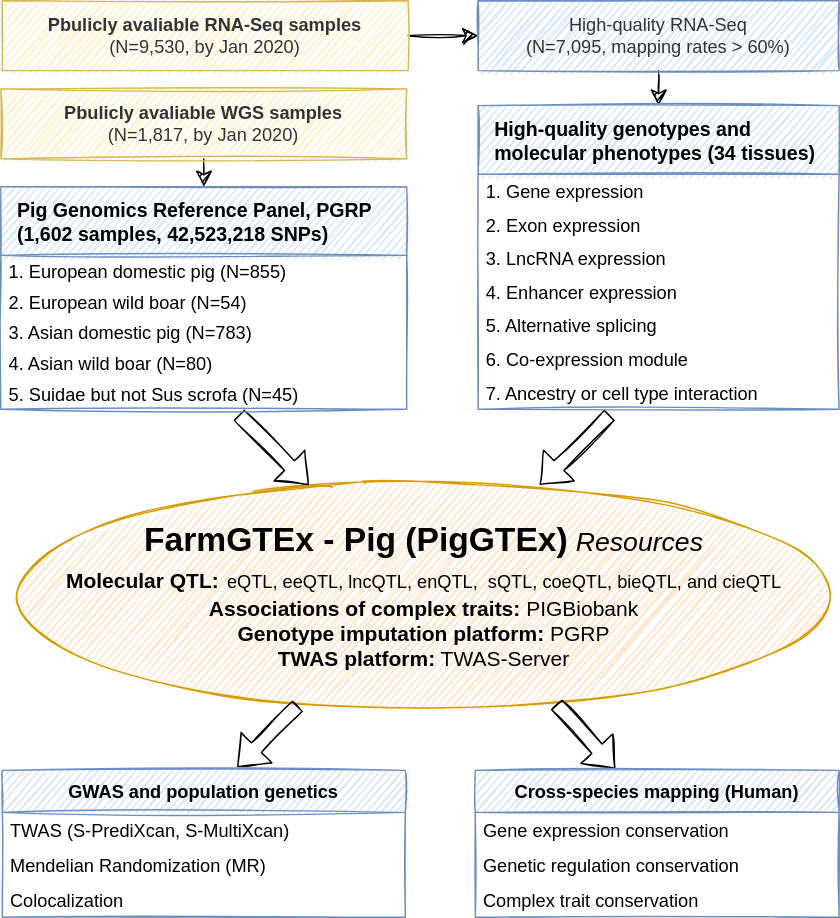
Before: PigGTEx-pipeline-V1.1.svg, a diagram exported from draw.io (FarmGTEx/PigGTEx-Pipeline-v0). Source tidied: cells renumbered, new cells last; positions are measured from the earlier drawing's top-left corner, leaving out a move shared by most shapes.
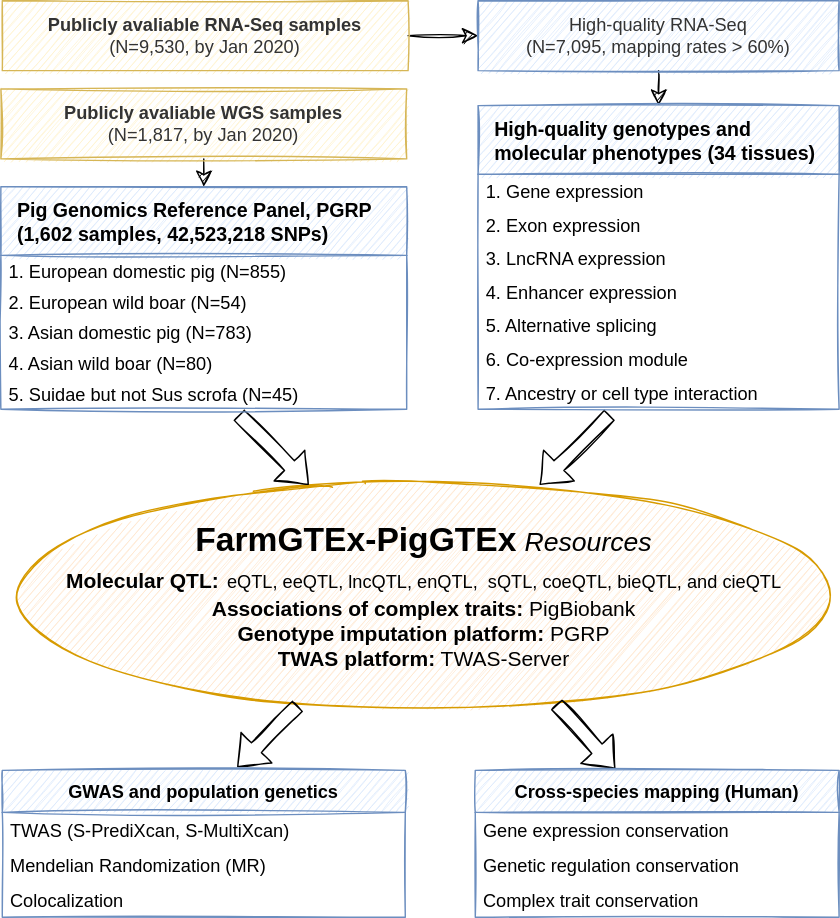
After the change.

Diff of the diagram source:
```diff
@@ -5,13 +5,13 @@
     <mxCell id="2" style="edgeStyle=none;rounded=0;jumpSize=6;jettySize=auto;html=1;exitX=0.5;exitY=1;exitDx=0;exitDy=0;entryX=0.5;entryY=0;entryDx=0;entryDy=0;fontSize=13;startArrow=none;startFill=0;endArrow=classic;endFill=1;endSize=9;sketch=1;" parent="1" edge="1" source="3" target="19">
       <mxGeometry relative="1" as="geometry" />
     </mxCell>
-    <mxCell id="3" value="&lt;span style=&quot;color: rgb(51, 51, 51); font-family: sans-serif; font-size: 13px;&quot;&gt;&lt;b&gt;Pbulicly avaliable WGS samples&lt;/b&gt;&lt;/span&gt;&lt;br style=&quot;box-sizing: border-box; color: rgb(51, 51, 51); font-family: sans-serif; font-size: 13px;&quot;&gt;&lt;span style=&quot;color: rgb(51, 51, 51); font-family: sans-serif; font-size: 13px;&quot;&gt;(N=1,817, by Jan 2020)&lt;/span&gt;" style="rounded=0;whiteSpace=wrap;html=1;fontSize=13;fillColor=#fff2cc;strokeColor=#d6b656;fillStyle=auto;sketch=1;" parent="1" vertex="1">
+    <mxCell id="3" value="&lt;span style=&quot;color: rgb(51, 51, 51); font-family: sans-serif; font-size: 13px;&quot;&gt;&lt;b&gt;Publicly avaliable WGS samples&lt;/b&gt;&lt;/span&gt;&lt;br style=&quot;box-sizing: border-box; color: rgb(51, 51, 51); font-family: sans-serif; font-size: 13px;&quot;&gt;&lt;span style=&quot;color: rgb(51, 51, 51); font-family: sans-serif; font-size: 13px;&quot;&gt;(N=1,817, by Jan 2020)&lt;/span&gt;" style="rounded=0;whiteSpace=wrap;html=1;fontSize=13;fillColor=#fff2cc;strokeColor=#d6b656;fillStyle=auto;sketch=1;" parent="1" vertex="1">
       <mxGeometry y="63" width="290" height="50" as="geometry" />
     </mxCell>
     <mxCell id="4" style="edgeStyle=none;rounded=0;jumpSize=6;jettySize=auto;html=1;exitX=1;exitY=0.5;exitDx=0;exitDy=0;entryX=0;entryY=0.5;entryDx=0;entryDy=0;fontSize=13;startArrow=none;startFill=0;endArrow=classic;endFill=1;endSize=9;sketch=1;" parent="1" edge="1" source="5" target="7">
       <mxGeometry relative="1" as="geometry" />
     </mxCell>
-    <mxCell id="5" value="&lt;span style=&quot;color: rgb(51, 51, 51); font-family: sans-serif; font-size: 13px;&quot;&gt;&lt;b&gt;Pbulicly avaliable RNA-Seq samples&lt;/b&gt;&lt;/span&gt;&lt;br style=&quot;box-sizing: border-box; color: rgb(51, 51, 51); font-family: sans-serif; font-size: 13px;&quot;&gt;&lt;span style=&quot;color: rgb(51, 51, 51); font-family: sans-serif; font-size: 13px;&quot;&gt;(N=9,530, by Jan 2020)&lt;/span&gt;" style="rounded=0;whiteSpace=wrap;html=1;fontSize=13;fillColor=#fff2cc;strokeColor=#d6b656;sketch=1;" parent="1" vertex="1">
+    <mxCell id="5" value="&lt;span style=&quot;color: rgb(51, 51, 51); font-family: sans-serif; font-size: 13px;&quot;&gt;&lt;b&gt;Publicly avaliable RNA-Seq samples&lt;/b&gt;&lt;/span&gt;&lt;br style=&quot;box-sizing: border-box; color: rgb(51, 51, 51); font-family: sans-serif; font-size: 13px;&quot;&gt;&lt;span style=&quot;color: rgb(51, 51, 51); font-family: sans-serif; font-size: 13px;&quot;&gt;(N=9,530, by Jan 2020)&lt;/span&gt;" style="rounded=0;whiteSpace=wrap;html=1;fontSize=13;fillColor=#fff2cc;strokeColor=#d6b656;sketch=1;" parent="1" vertex="1">
       <mxGeometry x="1" width="290" height="50" as="geometry" />
     </mxCell>
     <mxCell id="6" style="edgeStyle=none;rounded=0;jumpSize=6;jettySize=auto;html=1;exitX=0.5;exitY=1;exitDx=0;exitDy=0;entryX=0.5;entryY=0;entryDx=0;entryDy=0;fontSize=13;startArrow=none;startFill=0;endArrow=classic;endFill=1;endSize=9;sketch=1;" parent="1" edge="1" source="7" target="11">
@@ -20,7 +20,7 @@
     <mxCell id="7" value="&lt;font style=&quot;font-size: 13px;&quot;&gt;&lt;span style=&quot;color: rgb(51, 51, 51); font-family: sans-serif; font-size: 13px;&quot;&gt;High-quality RNA-Seq&lt;/span&gt;&lt;br style=&quot;box-sizing: border-box; color: rgb(51, 51, 51); font-family: sans-serif; font-size: 13px;&quot;&gt;&lt;span style=&quot;color: rgb(51, 51, 51); font-family: sans-serif; font-size: 13px;&quot;&gt;(N=7,095, mapping rates &amp;gt; 60%)&lt;/span&gt;&lt;/font&gt;" style="rounded=0;whiteSpace=wrap;html=1;fontSize=13;fillColor=#dae8fc;strokeColor=#6c8ebf;labelBackgroundColor=none;sketch=1;" parent="1" vertex="1">
       <mxGeometry x="341" width="258" height="50" as="geometry" />
     </mxCell>
-    <mxCell id="8" value="&lt;font style=&quot;font-size: 15px&quot;&gt;&lt;b&gt;&lt;font style=&quot;font-size: 24px&quot;&gt;FarmGTEx - Pig (PigGTEx)&lt;/font&gt;&lt;font style=&quot;font-size: 21px&quot;&gt;&amp;nbsp;&lt;/font&gt;&lt;/b&gt;&lt;i&gt;&lt;font style=&quot;font-size: 19px&quot;&gt;Resources&lt;/font&gt;&lt;/i&gt;&lt;b&gt;&lt;br&gt;&lt;font style=&quot;font-size: 15px&quot;&gt;Molecular QTL:&lt;/font&gt;&lt;/b&gt;&lt;b style=&quot;font-size: 21px&quot;&gt;&amp;nbsp;&lt;/b&gt;&lt;font style=&quot;font-size: 15px&quot;&gt;&lt;span style=&quot;font-size: 13px&quot;&gt;eQTL, eeQTL, lncQTL, enQTL,&amp;nbsp; sQTL, coeQTL, bieQTL, and cieQTL&lt;/span&gt;&lt;br&gt;&lt;b&gt;&lt;font style=&quot;font-size: 15px&quot;&gt;Associations of complex traits:&lt;/font&gt;&lt;/b&gt;&lt;span&gt; PIGBiobank&lt;/span&gt;&lt;br&gt;&lt;b&gt;&lt;font style=&quot;font-size: 15px&quot;&gt;Genotype imputation platform:&lt;/font&gt;&lt;/b&gt;&lt;span&gt; PGRP&lt;/span&gt;&lt;br&gt;&lt;b&gt;&lt;font style=&quot;font-size: 15px&quot;&gt;TWAS platform:&lt;/font&gt;&lt;/b&gt;&lt;span&gt; TWAS-Server&lt;/span&gt;&lt;br&gt;&lt;/font&gt;&lt;/font&gt;" style="ellipse;whiteSpace=wrap;html=1;fillColor=#ffe6cc;strokeColor=#d79b00;shadow=0;rounded=0;sketch=1;fontFamily=Helvetica;" parent="1" vertex="1">
+    <mxCell id="8" value="&lt;font style=&quot;font-size: 15px&quot;&gt;&lt;b&gt;&lt;font style=&quot;font-size: 24px&quot;&gt;FarmGTEx-PigGTEx&lt;/font&gt;&lt;font style=&quot;font-size: 21px&quot;&gt;&amp;nbsp;&lt;/font&gt;&lt;/b&gt;&lt;i&gt;&lt;font style=&quot;font-size: 19px&quot;&gt;Resources&lt;/font&gt;&lt;/i&gt;&lt;b&gt;&lt;br&gt;&lt;font style=&quot;font-size: 15px&quot;&gt;Molecular QTL:&lt;/font&gt;&lt;/b&gt;&lt;b style=&quot;font-size: 21px&quot;&gt;&amp;nbsp;&lt;/b&gt;&lt;font style=&quot;font-size: 15px&quot;&gt;&lt;span style=&quot;font-size: 13px&quot;&gt;eQTL, eeQTL, lncQTL, enQTL,&amp;nbsp; sQTL, coeQTL, bieQTL, and cieQTL&lt;/span&gt;&lt;br&gt;&lt;b&gt;&lt;font style=&quot;font-size: 15px&quot;&gt;Associations of complex traits:&lt;/font&gt;&lt;/b&gt;&lt;span&gt; PigBiobank&lt;/span&gt;&lt;br&gt;&lt;b&gt;&lt;font style=&quot;font-size: 15px&quot;&gt;Genotype imputation platform:&lt;/font&gt;&lt;/b&gt;&lt;span&gt; PGRP&lt;/span&gt;&lt;br&gt;&lt;b&gt;&lt;font style=&quot;font-size: 15px&quot;&gt;TWAS platform:&lt;/font&gt;&lt;/b&gt;&lt;span&gt; TWAS-Server&lt;/span&gt;&lt;br&gt;&lt;/font&gt;&lt;/font&gt;" style="ellipse;whiteSpace=wrap;html=1;fillColor=#ffe6cc;strokeColor=#d79b00;shadow=0;rounded=0;sketch=1;fontFamily=Helvetica;" parent="1" vertex="1">
       <mxGeometry x="6" y="340" width="593" height="170" as="geometry" />
     </mxCell>
     <mxCell id="9" style="shape=flexArrow;endArrow=classic;html=1;rounded=0;fontSize=18;sketch=1;" parent="1" edge="1">
```
